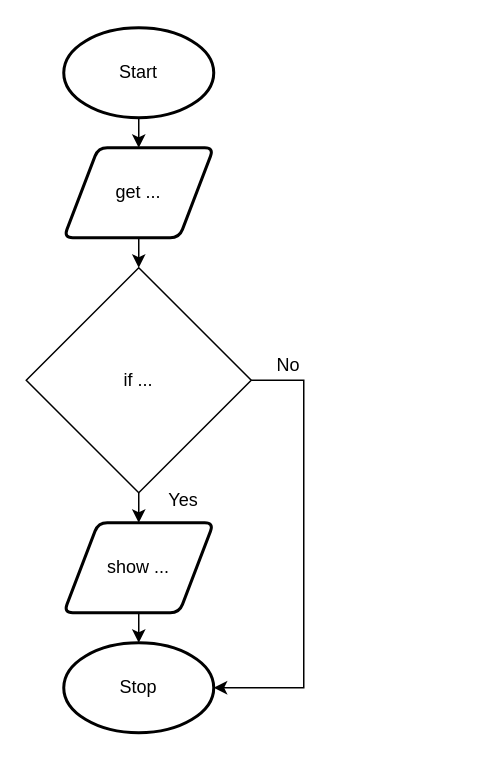
Above: drawio/flowchart/flowchart.drawio in Aidan-Lalonde-Novales/ICS3U-Unit4-04-Python (draw.io), before the change. Source tidied: cells renumbered, new cells numbered last; positions are measured from the earlier drawing's top-left corner, leaving out a move shared by most shapes. Both pictures are drawn from the tidied source at 150%, with x=0, y=0 at pixel (26, 27).
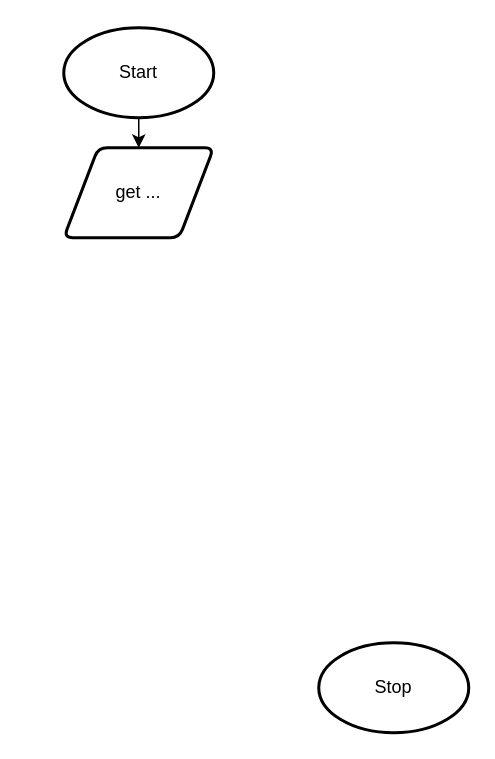
The same page after the edit.

The edit, as a diff of the source:
```diff
@@
 <mxGraphModel>
   <root>
     <mxCell id="0" />
     <mxCell id="1" parent="0" />
     <mxCell id="2" style="edgeStyle=none;html=1;exitX=0.5;exitY=1;exitDx=0;exitDy=0;exitPerimeter=0;entryX=0.5;entryY=0;entryDx=0;entryDy=0;" parent="1" edge="1" source="3" target="5">
       <mxGeometry relative="1" as="geometry" />
     </mxCell>
     <mxCell id="3" value="Start" style="strokeWidth=2;html=1;shape=mxgraph.flowchart.start_1;whiteSpace=wrap;" parent="1" vertex="1">
       <mxGeometry x="25" width="100" height="60" as="geometry" />
     </mxCell>
-    <mxCell id="4" style="edgeStyle=none;html=1;exitX=0.5;exitY=1;exitDx=0;exitDy=0;entryX=0.5;entryY=0;entryDx=0;entryDy=0;" parent="1" edge="1" source="5">
-      <mxGeometry relative="1" as="geometry">
-        <mxPoint x="75" y="160" as="targetPoint" />
-      </mxGeometry>
-    </mxCell>
     <mxCell id="5" value="get ..." style="shape=parallelogram;html=1;strokeWidth=2;perimeter=parallelogramPerimeter;whiteSpace=wrap;rounded=1;arcSize=12;size=0.23;" parent="1" vertex="1">
       <mxGeometry x="25" y="80" width="100" height="60" as="geometry" />
     </mxCell>
-    <mxCell id="6" style="edgeStyle=none;html=1;exitX=0.5;exitY=1;exitDx=0;exitDy=0;entryX=0.5;entryY=0;entryDx=0;entryDy=0;entryPerimeter=0;" parent="1" edge="1" source="7" target="8">
-      <mxGeometry relative="1" as="geometry" />
-    </mxCell>
-    <mxCell id="7" value="show ..." style="shape=parallelogram;html=1;strokeWidth=2;perimeter=parallelogramPerimeter;whiteSpace=wrap;rounded=1;arcSize=12;size=0.23;" parent="1" vertex="1">
-      <mxGeometry x="25" y="330" width="100" height="60" as="geometry" />
-    </mxCell>
     <mxCell id="8" value="Stop" style="strokeWidth=2;html=1;shape=mxgraph.flowchart.start_1;whiteSpace=wrap;" parent="1" vertex="1">
-      <mxGeometry x="25" y="410" width="100" height="60" as="geometry" />
+      <mxGeometry x="195" y="410" width="100" height="60" as="geometry" />
     </mxCell>
-    <mxCell id="9" style="edgeStyle=none;html=1;exitX=0.5;exitY=1;exitDx=0;exitDy=0;entryX=0.5;entryY=0;entryDx=0;entryDy=0;" parent="1" edge="1" source="11" target="7">
-      <mxGeometry relative="1" as="geometry" />
-    </mxCell>
-    <mxCell id="10" style="edgeStyle=none;html=1;exitX=1;exitY=0.5;exitDx=0;exitDy=0;entryX=1;entryY=0.5;entryDx=0;entryDy=0;entryPerimeter=0;rounded=0;" parent="1" edge="1" source="11" target="8">
-      <mxGeometry relative="1" as="geometry">
-        <Array as="points">
-          <mxPoint x="185" y="235" />
-          <mxPoint x="185" y="440" />
-        </Array>
-      </mxGeometry>
-    </mxCell>
-    <mxCell id="11" value="if ..." style="rhombus;whiteSpace=wrap;html=1;" parent="1" vertex="1">
-      <mxGeometry y="160" width="150" height="150" as="geometry" />
-    </mxCell>
-    <mxCell id="12" value="Yes" style="text;html=1;strokeColor=none;fillColor=none;align=center;verticalAlign=middle;whiteSpace=wrap;rounded=0;" parent="1" vertex="1">
-      <mxGeometry x="75" y="300" width="60" height="30" as="geometry" />
-    </mxCell>
-    <mxCell id="13" value="No" style="text;html=1;strokeColor=none;fillColor=none;align=center;verticalAlign=middle;whiteSpace=wrap;rounded=0;" parent="1" vertex="1">
-      <mxGeometry x="145" y="210" width="60" height="30" as="geometry" />
-    </mxCell>
   </root>
 </mxGraphModel>
```
